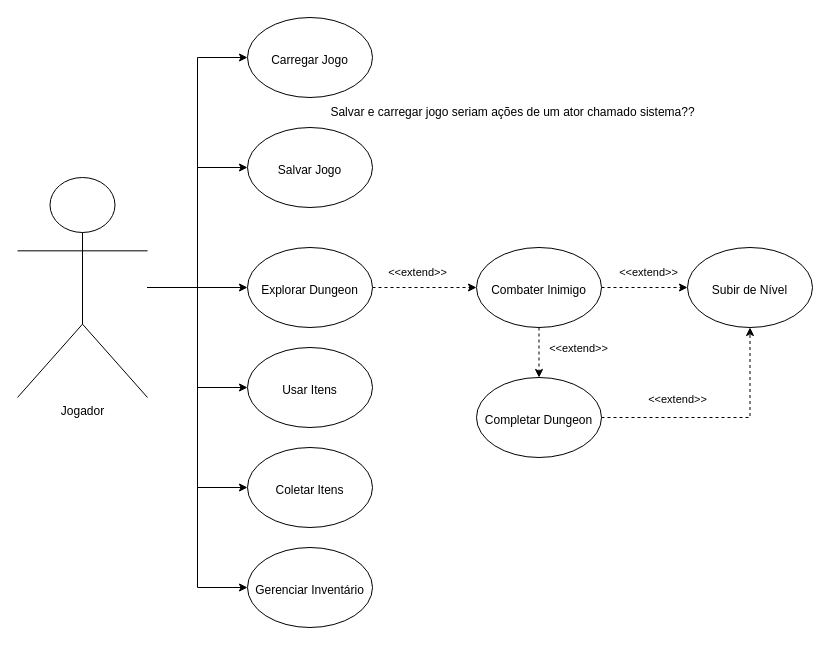
Before: projetos/jogo/DiagramaJogo.drawio in jjmonstro/PAM, a draw.io diagram. Source tidied: cells renumbered, new cells numbered last; positions are measured from the earlier drawing's top-left corner, leaving out a move shared by most shapes. Both pictures are drawn from the tidied source at 100%, with x=0, y=0 at pixel (17, 17).
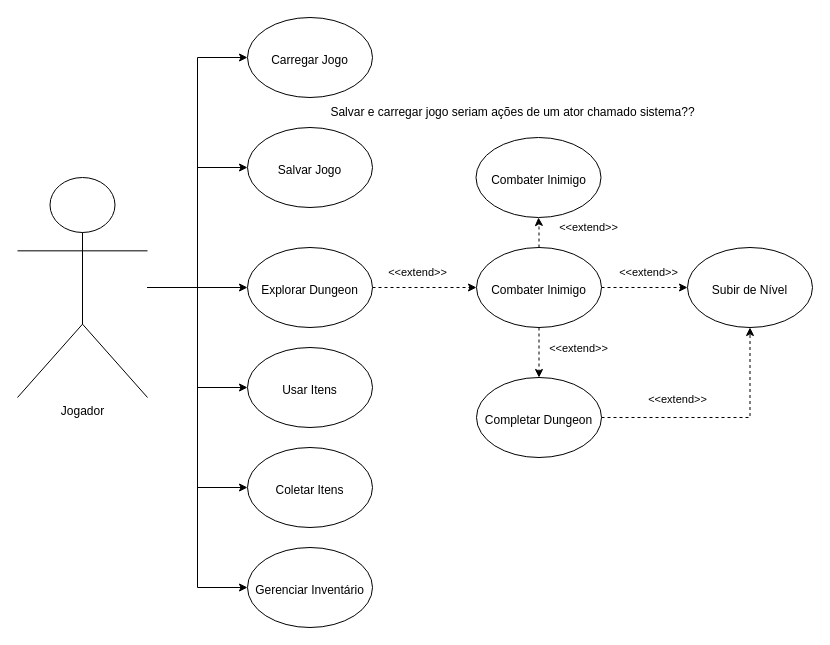
The same page after the edit.

The change refers to these unchanged cells:
```xml
<mxCell id="14" value="&lt;div style=&quot;&quot;&gt;&lt;br&gt;&lt;/div&gt;&lt;div style=&quot;&quot;&gt;&lt;br&gt;&lt;/div&gt;&lt;div style=&quot;&quot;&gt;Combater Inimigo&lt;br&gt;&lt;/div&gt;" style="ellipse;whiteSpace=wrap;html=1;verticalAlign=top;" parent="1" vertex="1">
  <mxGeometry x="459" y="230" width="125" height="80" as="geometry" />
</mxCell>
```

The edit, as a diff of the source:
```diff
@@
+    <mxCell id="27" style="edgeStyle=orthogonalEdgeStyle;rounded=0;jettySize=auto;html=1;dashed=1;" parent="1" edge="1" source="14" target="28">
+      <mxGeometry relative="1" as="geometry" />
+    </mxCell>
@@
+    <mxCell id="28" value="&lt;div style=&quot;&quot;&gt;&lt;br&gt;&lt;/div&gt;&lt;div style=&quot;&quot;&gt;&lt;br&gt;&lt;/div&gt;&lt;div style=&quot;&quot;&gt;Combater Inimigo&lt;br&gt;&lt;/div&gt;" style="ellipse;whiteSpace=wrap;html=1;verticalAlign=top;" parent="1" vertex="1">
+      <mxGeometry x="458.5" y="120" width="125" height="80" as="geometry" />
+    </mxCell>
+    <mxCell id="29" value="&amp;lt;&amp;lt;extend&amp;gt;&amp;gt;" style="edgeLabel;html=1;align=center;verticalAlign=middle;" parent="1" vertex="1">
+      <mxGeometry x="580" y="250" as="geometry">
+        <mxPoint x="-10" y="-41" as="offset" />
+      </mxGeometry>
+    </mxCell>
```
